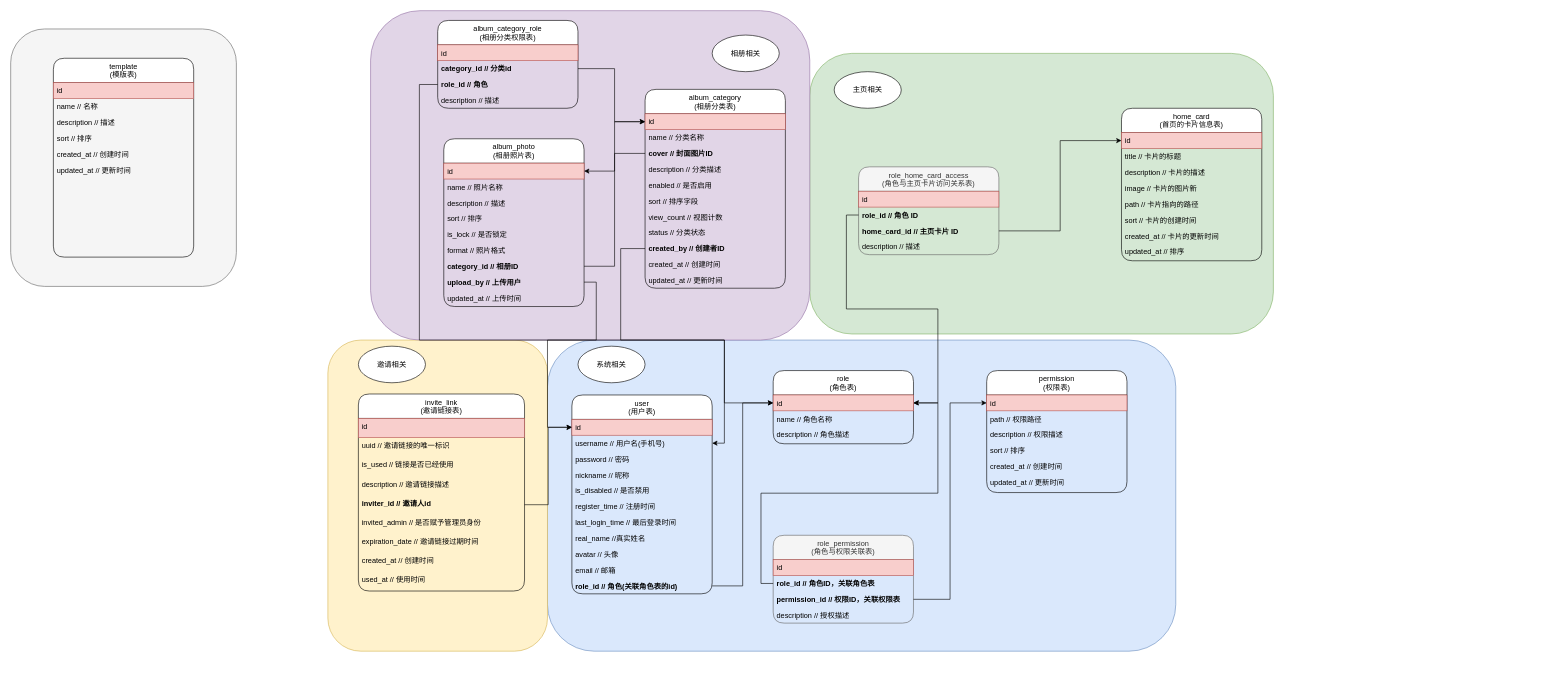
Before: sql/view/DBRelationshipView.drawio in Ledgerbiggg/family-web, a draw.io diagram. Source tidied: cells renumbered, new cells numbered last; positions are measured from the earlier drawing's top-left corner, leaving out a move shared by most shapes. Both pictures are drawn from the tidied source at 61%, with x=0, y=0 at pixel (10, 10).
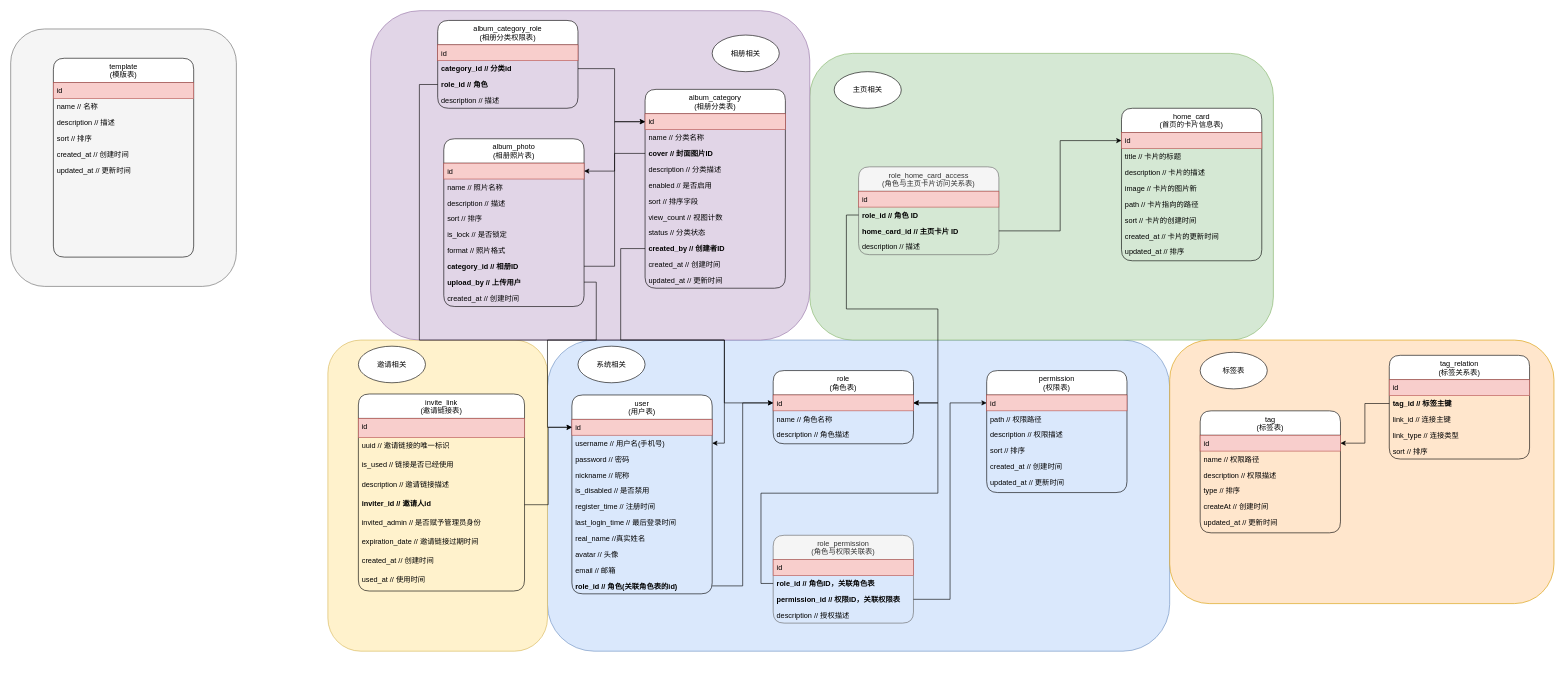
Above is the later version.

The change refers to these unchanged cells:
```xml
<mxCell id="91" value="album_photo&#10;(相册照片表)&#10;" style="swimlane;fontStyle=0;align=center;verticalAlign=top;horizontal=1;startSize=40;rounded=1;shadow=0;strokeWidth=1;glass=0;" parent="1" vertex="1">
  <mxGeometry x="710" y="210" width="230" height="275" as="geometry" />
</mxCell>
```

Diff of the diagram source:
```diff
@@
     <mxCell id="2" style="rounded=1;whiteSpace=wrap;html=1;fillColor=#dae8fc;strokeColor=#6c8ebf;" parent="1" vertex="1">
-      <mxGeometry x="880" y="540" width="1030" height="510" as="geometry" />
+      <mxGeometry x="880" y="540" width="1020" height="510" as="geometry" />
     </mxCell>
@@
     <mxCell id="57" style="rounded=1;whiteSpace=wrap;html=1;fillColor=#d5e8d4;strokeColor=#82b366;" parent="1" vertex="1">
-      <mxGeometry x="1310" y="70" width="760" height="460" as="geometry" />
+      <mxGeometry x="1310" y="70" width="760" height="470" as="geometry" />
     </mxCell>
@@
-    <mxCell id="100" value="updated_at // 上传时间" style="text;align=left;verticalAlign=top;spacingLeft=4;spacingRight=4;overflow=hidden;fontSize=12;" parent="91" vertex="1">
+    <mxCell id="100" value="created_at // 创建时间" style="text;align=left;verticalAlign=top;spacingLeft=4;spacingRight=4;overflow=hidden;fontSize=12;" parent="91" vertex="1">
       <mxGeometry y="248" width="230" height="26" as="geometry" />
     </mxCell>
@@
+    <mxCell id="111" style="rounded=1;whiteSpace=wrap;html=1;fillColor=#ffe6cc;strokeColor=#d79b00;" parent="1" vertex="1">
+      <mxGeometry x="1900" y="540" width="630" height="432" as="geometry" />
+    </mxCell>
+    <mxCell id="112" value="标签表" style="ellipse;whiteSpace=wrap;html=1;" parent="1" vertex="1">
+      <mxGeometry x="1950" y="560" width="110" height="60" as="geometry" />
+    </mxCell>
+    <mxCell id="113" value="tag&#10;(标签表)" style="swimlane;fontStyle=0;align=center;verticalAlign=top;horizontal=1;startSize=40;rounded=1;shadow=0;strokeWidth=1;glass=0;" parent="1" vertex="1">
+      <mxGeometry x="1950" y="656" width="230" height="200" as="geometry" />
+    </mxCell>
+    <mxCell id="114" value="id                                 " style="text;align=left;verticalAlign=top;spacingLeft=4;spacingRight=4;overflow=hidden;points=[[0,0.5],[1,0.5]];portConstraint=eastwest;fontSize=12;fillColor=#f8cecc;strokeColor=#b85450;" parent="113" vertex="1">
+      <mxGeometry y="40" width="230" height="26" as="geometry" />
+    </mxCell>
+    <mxCell id="115" value="name // 权限路径" style="text;align=left;verticalAlign=top;spacingLeft=4;spacingRight=4;overflow=hidden;fontSize=12;" parent="113" vertex="1">
+      <mxGeometry y="66" width="230" height="26" as="geometry" />
+    </mxCell>
+    <mxCell id="116" value="description // 权限描述" style="text;align=left;verticalAlign=top;spacingLeft=4;spacingRight=4;overflow=hidden;fontSize=12;" parent="113" vertex="1">
+      <mxGeometry y="92" width="230" height="26" as="geometry" />
+    </mxCell>
+    <mxCell id="117" value="type // 排序" style="text;align=left;verticalAlign=top;spacingLeft=4;spacingRight=4;overflow=hidden;fontSize=12;" parent="113" vertex="1">
+      <mxGeometry y="118" width="230" height="26" as="geometry" />
+    </mxCell>
+    <mxCell id="118" value="createAt // 创建时间" style="text;align=left;verticalAlign=top;spacingLeft=4;spacingRight=4;overflow=hidden;fontSize=12;" parent="113" vertex="1">
+      <mxGeometry y="144" width="230" height="26" as="geometry" />
+    </mxCell>
+    <mxCell id="119" value="updated_at // 更新时间" style="text;align=left;verticalAlign=top;spacingLeft=4;spacingRight=4;overflow=hidden;fontSize=12;" parent="113" vertex="1">
+      <mxGeometry y="170" width="230" height="26" as="geometry" />
+    </mxCell>
+    <mxCell id="120" value="tag_relation&#10;(标签关系表)" style="swimlane;fontStyle=0;align=center;verticalAlign=top;horizontal=1;startSize=40;rounded=1;shadow=0;strokeWidth=1;glass=0;" parent="1" vertex="1">
+      <mxGeometry x="2260" y="565" width="230" height="170" as="geometry" />
+    </mxCell>
+    <mxCell id="121" value="id                                 " style="text;align=left;verticalAlign=top;spacingLeft=4;spacingRight=4;overflow=hidden;fontSize=12;fillColor=#f8cecc;strokeColor=#b85450;" parent="120" vertex="1">
+      <mxGeometry y="40" width="230" height="26" as="geometry" />
+    </mxCell>
+    <mxCell id="122" value="tag_id // 标签主键" style="text;align=left;verticalAlign=top;spacingLeft=4;spacingRight=4;overflow=hidden;points=[[0,0.5],[1,0.5]];portConstraint=eastwest;fontSize=12;fontStyle=1;" parent="120" vertex="1">
+      <mxGeometry y="66" width="230" height="26" as="geometry" />
+    </mxCell>
+    <mxCell id="123" value="link_id // 连接主键" style="text;align=left;verticalAlign=top;spacingLeft=4;spacingRight=4;overflow=hidden;fontSize=12;" parent="120" vertex="1">
+      <mxGeometry y="92" width="230" height="26" as="geometry" />
+    </mxCell>
+    <mxCell id="124" value="link_type // 连接类型" style="text;align=left;verticalAlign=top;spacingLeft=4;spacingRight=4;overflow=hidden;fontSize=12;" parent="120" vertex="1">
+      <mxGeometry y="118" width="230" height="26" as="geometry" />
+    </mxCell>
+    <mxCell id="125" value="sort // 排序" style="text;align=left;verticalAlign=top;spacingLeft=4;spacingRight=4;overflow=hidden;fontSize=12;" parent="120" vertex="1">
+      <mxGeometry y="144" width="230" height="26" as="geometry" />
+    </mxCell>
+    <mxCell id="126" style="edgeStyle=orthogonalEdgeStyle;rounded=0;jettySize=auto;html=1;" parent="1" edge="1" source="122" target="114">
+      <mxGeometry relative="1" as="geometry" />
+    </mxCell>
```
